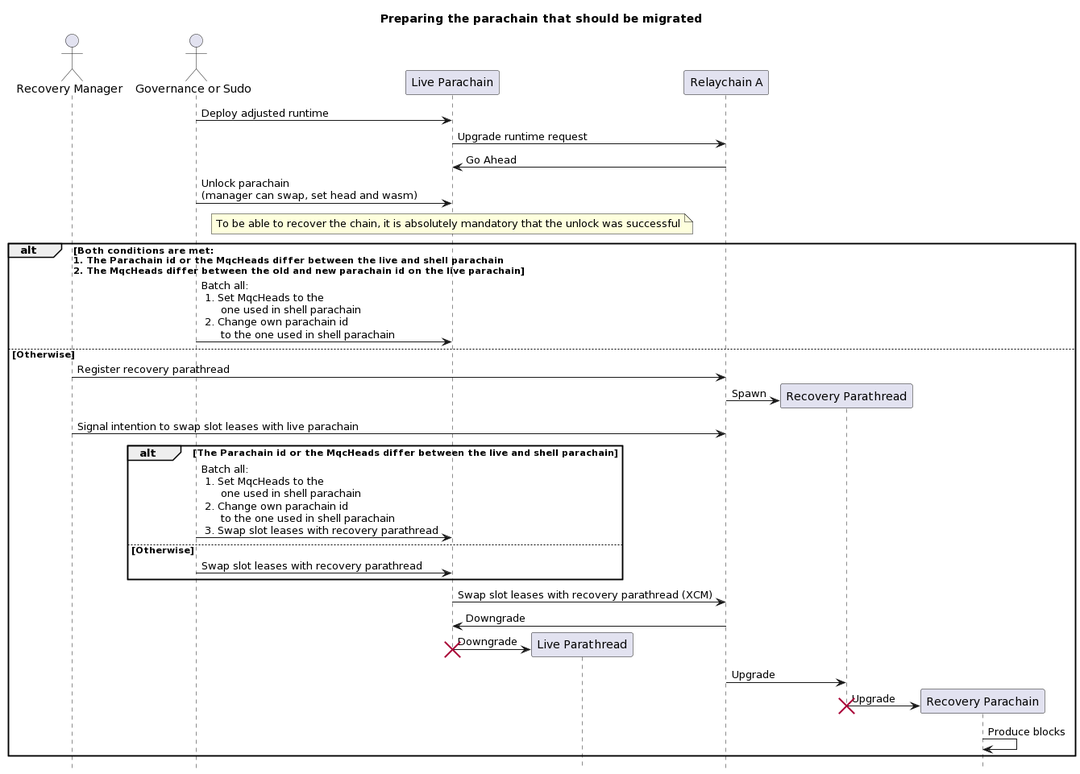
zeitgeistpm/migration-guide keeps this PlantUML diagram as img/prepare_migration_on_live_parachain.png. Above is the earlier version. Its source is kept beside it as img/source/prepare_migration_on_live_parachain.puml.
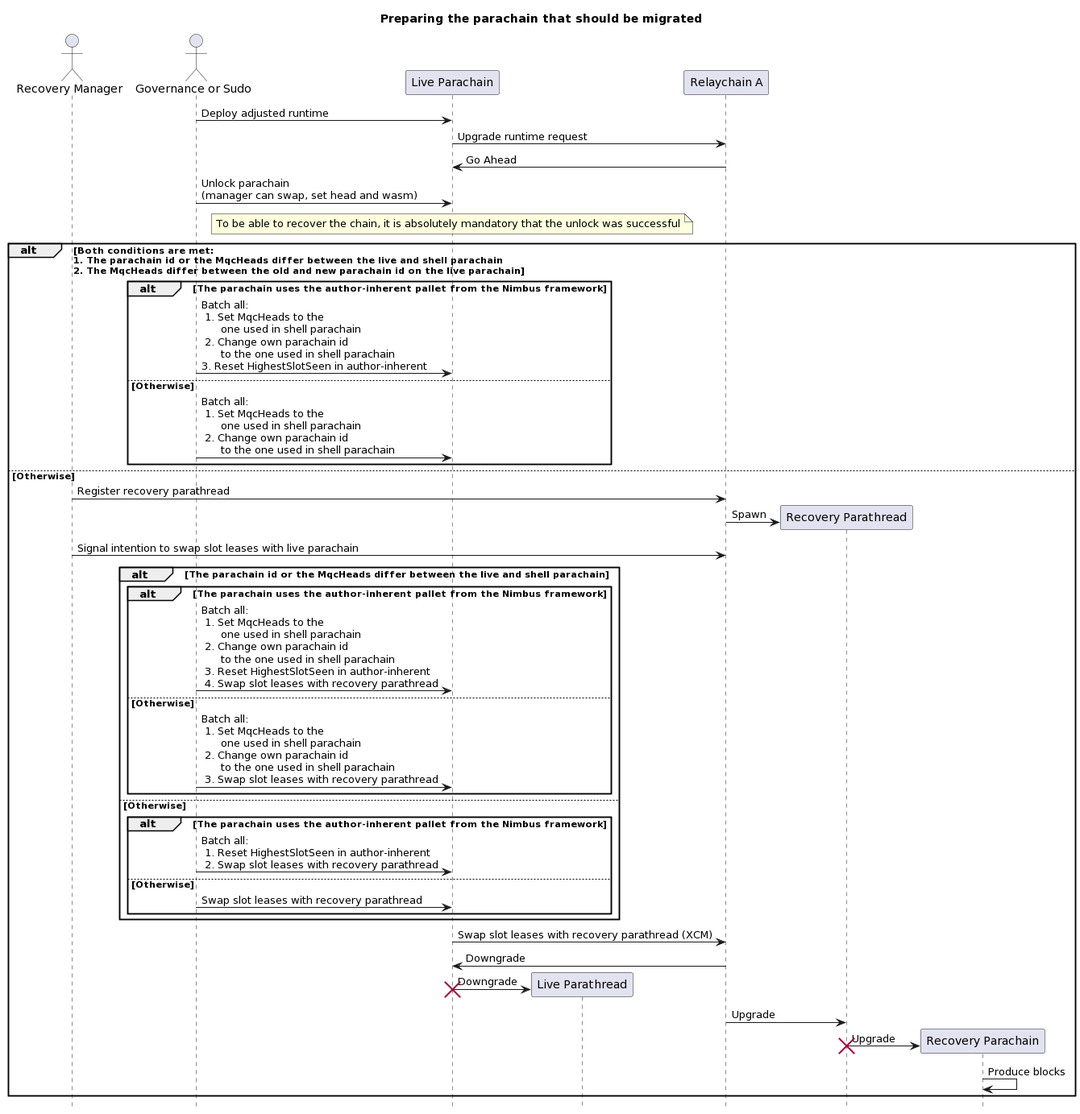
After the commit.

Commit message:
Add Nimbus constraint (#14)

* Add Nimbus condition to prepare migration diagram

* Add Nimbus constraint to conceptual chapter

* Update tech chapter

Change to the diagram source:
```diff
@@ -19,17 +19,29 @@
 
 note over PARA : To be able to recover the chain, it is absolutely mandatory that the unlock was successful
 
-alt Both conditions are met:\n1. The Parachain id or the MqcHeads differ between the live and shell parachain\n2. The MqcHeads differ between the old and new parachain id on the live parachain
-    ADMIN -> PARA: Batch all:\n 1. Set MqcHeads to the\n      one used in shell parachain\n 2. Change own parachain id\n      to the one used in shell parachain
+alt Both conditions are met:\n1. The parachain id or the MqcHeads differ between the live and shell parachain\n2. The MqcHeads differ between the old and new parachain id on the live parachain
+    alt The parachain uses the author-inherent pallet from the Nimbus framework
+        ADMIN -> PARA: Batch all:\n 1. Set MqcHeads to the\n      one used in shell parachain\n 2. Change own parachain id\n      to the one used in shell parachain\n3. Reset HighestSlotSeen in author-inherent
+    else Otherwise
+        ADMIN -> PARA: Batch all:\n 1. Set MqcHeads to the\n      one used in shell parachain\n 2. Change own parachain id\n      to the one used in shell parachain
+    end
 else Otherwise
     MANAGER -> RELAY: Register recovery parathread
     RELAY -> PARAT_RECOVERY **: Spawn
     MANAGER -> RELAY: Signal intention to swap slot leases with live parachain
 
-    alt The Parachain id or the MqcHeads differ between the live and shell parachain
-        ADMIN -> PARA: Batch all:\n 1. Set MqcHeads to the\n      one used in shell parachain\n 2. Change own parachain id\n      to the one used in shell parachain\n 3. Swap slot leases with recovery parathread
+    alt The parachain id or the MqcHeads differ between the live and shell parachain
+        alt The parachain uses the author-inherent pallet from the Nimbus framework
+            ADMIN -> PARA: Batch all:\n 1. Set MqcHeads to the\n      one used in shell parachain\n 2. Change own parachain id\n      to the one used in shell parachain\n 3. Reset HighestSlotSeen in author-inherent\n 4. Swap slot leases with recovery parathread
+        else Otherwise
+            ADMIN -> PARA: Batch all:\n 1. Set MqcHeads to the\n      one used in shell parachain\n 2. Change own parachain id\n      to the one used in shell parachain\n 3. Swap slot leases with recovery parathread
+        end
     else Otherwise
-        ADMIN -> PARA: Swap slot leases with recovery parathread
+        alt The parachain uses the author-inherent pallet from the Nimbus framework
+            ADMIN -> PARA: Batch all:\n 1. Reset HighestSlotSeen in author-inherent\n 2. Swap slot leases with recovery parathread
+        else Otherwise
+            ADMIN -> PARA: Swap slot leases with recovery parathread
+        end
     end
 
     PARA -> RELAY: Swap slot leases with recovery parathread (XCM)
```
